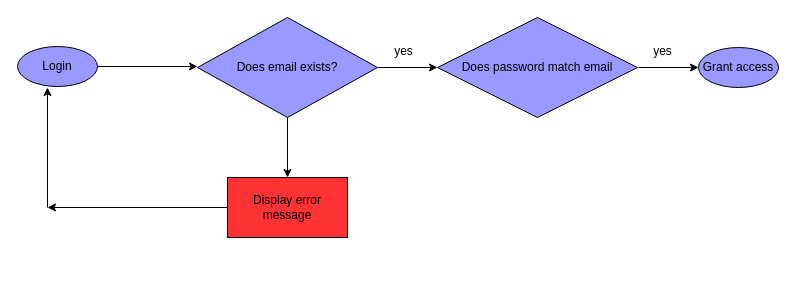
BillyMganda/MauzoHub keeps this draw.io diagram as Auth.drawio. Above is the earlier version. Source tidied: cells renumbered, new cells numbered last; positions are measured from the earlier drawing's top-left corner, leaving out a move shared by most shapes. Both pictures are drawn from the tidied source at 100%, with x=0, y=0 at pixel (17, 17).
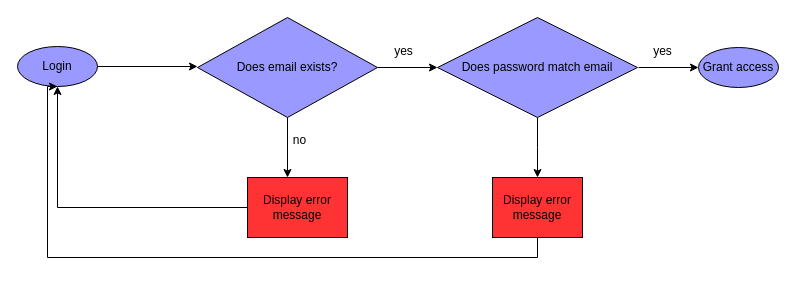
Above is the later version.

Unchanged cells that the change refers to:
```xml
<mxCell id="2" value="Login" style="ellipse;whiteSpace=wrap;html=1;fillColor=#9999FF;" parent="1" vertex="1">
  <mxGeometry y="29" width="80" height="40" as="geometry" />
</mxCell>
<mxCell id="7" value="Does password match email" style="rhombus;whiteSpace=wrap;html=1;fillColor=#9999FF;" parent="1" vertex="1">
  <mxGeometry x="420" width="200" height="100" as="geometry" />
</mxCell>
```

The edit, as a diff of the source:
```diff
@@
+    <mxCell id="15" style="edgeStyle=orthogonalEdgeStyle;rounded=0;jettySize=auto;html=1;exitX=0.5;exitY=1;exitDx=0;exitDy=0;" parent="1" edge="1" source="7">
+      <mxGeometry relative="1" as="geometry">
+        <mxPoint x="520" y="160" as="targetPoint" />
+      </mxGeometry>
+    </mxCell>
@@
+    <mxCell id="16" style="edgeStyle=orthogonalEdgeStyle;rounded=0;jettySize=auto;html=1;entryX=0.5;entryY=1;entryDx=0;entryDy=0;" parent="1" edge="1" source="12" target="2">
+      <mxGeometry relative="1" as="geometry" />
+    </mxCell>
     <mxCell id="12" value="Display error message" style="rounded=0;whiteSpace=wrap;html=1;fillColor=#FF3333;" parent="1" vertex="1">
-      <mxGeometry x="210" y="160" width="120" height="60" as="geometry" />
+      <mxGeometry x="230" y="160" width="100" height="60" as="geometry" />
     </mxCell>
-    <mxCell id="13" style="endArrow=classic;html=1;rounded=0;exitX=0;exitY=0.5;exitDx=0;exitDy=0;" parent="1" edge="1" source="12">
-      <mxGeometry relative="1" as="geometry">
-        <mxPoint x="30" y="190" as="targetPoint" />
-      </mxGeometry>
-    </mxCell>
-    <mxCell id="14" style="endArrow=classic;html=1;rounded=0;" parent="1" edge="1">
-      <mxGeometry relative="1" as="geometry">
-        <mxPoint x="30" y="190" as="sourcePoint" />
-        <mxPoint x="30" y="70" as="targetPoint" />
-      </mxGeometry>
-    </mxCell>
+    <mxCell id="17" value="no" style="text;html=1;align=center;verticalAlign=middle;strokeColor=none;fillColor=none;" parent="1" vertex="1">
+      <mxGeometry x="262" y="108" width="40" height="30" as="geometry" />
+    </mxCell>
+    <mxCell id="18" style="edgeStyle=orthogonalEdgeStyle;rounded=0;jettySize=auto;html=1;entryX=0.5;entryY=1;entryDx=0;entryDy=0;" parent="1" edge="1" source="19" target="2">
+      <mxGeometry relative="1" as="geometry">
+        <Array as="points">
+          <mxPoint x="520" y="240" />
+          <mxPoint x="30" y="240" />
+          <mxPoint x="30" y="69" />
+        </Array>
+      </mxGeometry>
+    </mxCell>
+    <mxCell id="19" value="Display error message" style="rounded=0;whiteSpace=wrap;html=1;fillColor=#FF3333;" parent="1" vertex="1">
+      <mxGeometry x="475" y="160" width="90" height="60" as="geometry" />
+    </mxCell>
```
